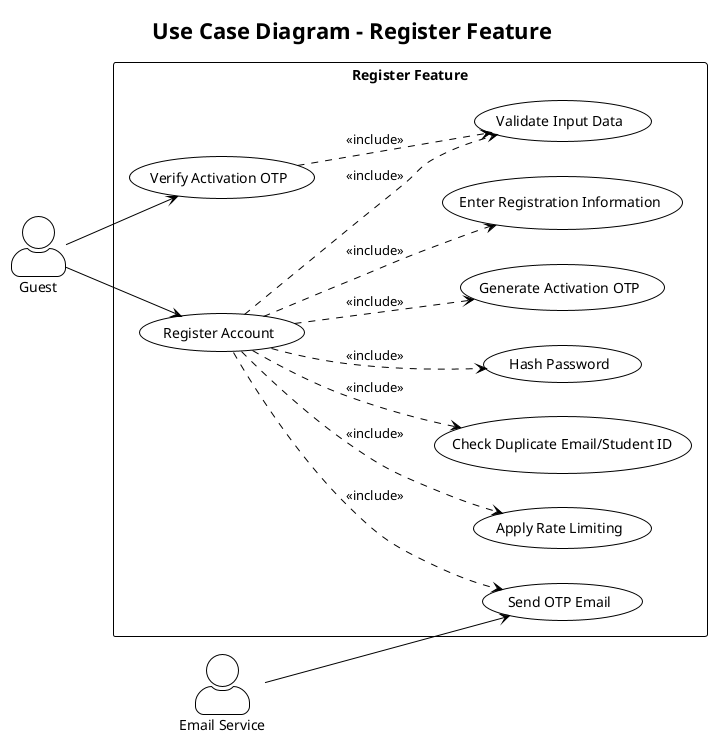
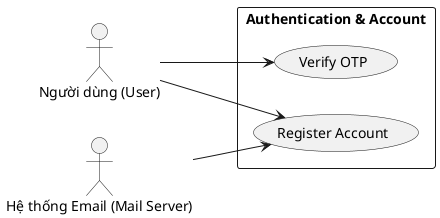
@startuml
- !theme plain
- skinparam actorStyle awesome
left to right direction
skinparam packageStyle rectangle

- title Use Case Diagram - Register Feature
+ actor "Người dùng (User)" as Guest
+ actor "Hệ thống Email (Mail Server)" as EmailService

- actor "Guest" as Guest
- actor "Email Service" as EmailService
- 
- package "Register Feature" {
-     usecase "Register Account" as UC_Register
-     usecase "Enter Registration Information" as UC_Input
-     usecase "Validate Input Data" as UC_Validation
-     usecase "Apply Rate Limiting" as UC_RateLimit
-     usecase "Check Duplicate Email/Student ID" as UC_CheckDuplicate
-     usecase "Hash Password" as UC_HashPassword
-     usecase "Generate Activation OTP" as UC_GenerateOTP
-     usecase "Send OTP Email" as UC_SendOTP
-     usecase "Verify Activation OTP" as UC_VerifyOTP
+ package "Authentication & Account" {
+   usecase "Register Account" as UC_Register
+   usecase "Verify OTP" as UC_VerifyOTP
}

Guest --> UC_Register
Guest --> UC_VerifyOTP
- 
- EmailService --> UC_SendOTP
- 
- UC_Register ..> UC_Input : <<include>>
- UC_Register ..> UC_RateLimit : <<include>>
- UC_Register ..> UC_Validation : <<include>>
- UC_Register ..> UC_CheckDuplicate : <<include>>
- UC_Register ..> UC_HashPassword : <<include>>
- UC_Register ..> UC_GenerateOTP : <<include>>
- UC_Register ..> UC_SendOTP : <<include>>
- 
- UC_VerifyOTP ..> UC_Validation : <<include>>
+ EmailService --> UC_Register

@enduml